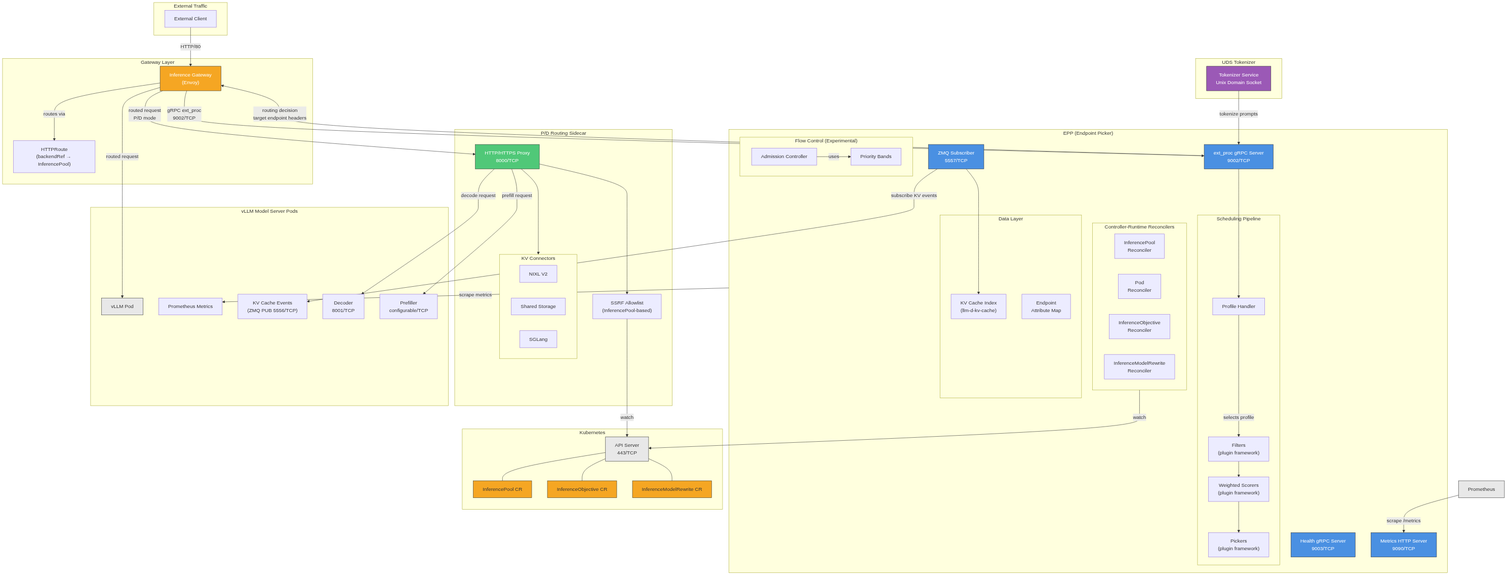
This is architecture/rhoai.next/diagrams/llm-d-inference-scheduler-component.png from rhuss/architecture-context, a Mermaid export, as it was before one commit. Its source is kept beside it as architecture/rhoai.next/diagrams/llm-d-inference-scheduler-component.mmd. Its diagram source:
```mermaid
graph TB
    subgraph External["External Traffic"]
        Client[External Client]
    end

    subgraph GatewayLayer["Gateway Layer"]
        Gateway["Inference Gateway<br/>(Envoy)"]
        HTTPRoute["HTTPRoute<br/>(backendRef → InferencePool)"]
        Gateway -->|routes via| HTTPRoute
    end

    subgraph EPPComponent["EPP (Endpoint Picker)"]
        direction TB
        ExtProc["ext_proc gRPC Server<br/>9002/TCP"]
        HealthGRPC["Health gRPC Server<br/>9003/TCP"]
        MetricsHTTP["Metrics HTTP Server<br/>9090/TCP"]
        ZMQSub["ZMQ Subscriber<br/>5557/TCP"]

        subgraph SchedulingPipeline["Scheduling Pipeline"]
            Filters["Filters<br/>(plugin framework)"]
            Scorers["Weighted Scorers<br/>(plugin framework)"]
            Pickers["Pickers<br/>(plugin framework)"]
            ProfileHandler["Profile Handler"]
            Filters --> Scorers --> Pickers
            ProfileHandler -->|selects profile| Filters
        end

        subgraph Controllers["Controller-Runtime Reconcilers"]
            PoolCtrl["InferencePool<br/>Reconciler"]
            PodCtrl["Pod<br/>Reconciler"]
            ObjCtrl["InferenceObjective<br/>Reconciler"]
            RewriteCtrl["InferenceModelRewrite<br/>Reconciler"]
        end

        subgraph DataLayer["Data Layer"]
            KVCacheIndex["KV Cache Index<br/>(llm-d-kv-cache)"]
            EndpointStore["Endpoint<br/>Attribute Map"]
        end

        subgraph FlowControl["Flow Control (Experimental)"]
            Admission["Admission Controller"]
            PriorityBands["Priority Bands"]
            Admission -->|uses| PriorityBands
        end

        ExtProc --> ProfileHandler
        ZMQSub --> KVCacheIndex
    end

    subgraph SidecarComponent["P/D Routing Sidecar"]
        direction TB
        SidecarProxy["HTTP/HTTPS Proxy<br/>8000/TCP"]
        subgraph Connectors["KV Connectors"]
            NIXL["NIXL V2"]
            SharedStorage["Shared Storage"]
            SGLang["SGLang"]
        end
        SSRFAllowlist["SSRF Allowlist<br/>(InferencePool-based)"]
        SidecarProxy --> Connectors
        SidecarProxy --> SSRFAllowlist
    end

    subgraph TokenizerSidecar["UDS Tokenizer"]
        Tokenizer["Tokenizer Service<br/>Unix Domain Socket"]
    end

    subgraph ModelServers["vLLM Model Server Pods"]
        vLLMPod["vLLM Pod"]
        vLLMMetrics["Prometheus Metrics"]
        vLLMKVEvents["KV Cache Events<br/>(ZMQ PUB 5556/TCP)"]
        vLLMDecoder["Decoder<br/>8001/TCP"]
        vLLMPrefiller["Prefiller<br/>configurable/TCP"]
    end

    subgraph K8sServices["Kubernetes"]
        K8sAPI["API Server<br/>443/TCP"]
        InferencePoolCR["InferencePool CR"]
        InferenceObjCR["InferenceObjective CR"]
        ModelRewriteCR["InferenceModelRewrite CR"]
    end

    Client -->|HTTP/80| Gateway
    Gateway -->|gRPC ext_proc<br/>9002/TCP| ExtProc
    ExtProc -->|"routing decision<br/>target endpoint headers"| Gateway
    Gateway -->|routed request| vLLMPod
    Gateway -->|"routed request<br/>P/D mode"| SidecarProxy

    Controllers -->|watch| K8sAPI
    K8sAPI --- InferencePoolCR
    K8sAPI --- InferenceObjCR
    K8sAPI --- ModelRewriteCR
    EPPComponent -->|scrape metrics| vLLMMetrics
    ZMQSub -->|subscribe KV events| vLLMKVEvents
    Tokenizer -->|tokenize prompts| ExtProc

    SidecarProxy -->|prefill request| vLLMPrefiller
    SidecarProxy -->|decode request| vLLMDecoder
    SSRFAllowlist -->|watch| K8sAPI

    Prometheus["Prometheus"] -->|scrape /metrics| MetricsHTTP

    style ExtProc fill:#4a90e2,stroke:#333,color:#fff
    style HealthGRPC fill:#4a90e2,stroke:#333,color:#fff
    style MetricsHTTP fill:#4a90e2,stroke:#333,color:#fff
    style ZMQSub fill:#4a90e2,stroke:#333,color:#fff
    style SidecarProxy fill:#50c878,stroke:#333,color:#fff
    style Tokenizer fill:#9b59b6,stroke:#333,color:#fff
    style Gateway fill:#f5a623,stroke:#333,color:#fff
    style K8sAPI fill:#e8e8e8,stroke:#333
    style InferencePoolCR fill:#f5a623,stroke:#333
    style InferenceObjCR fill:#f5a623,stroke:#333
    style ModelRewriteCR fill:#f5a623,stroke:#333
    style vLLMPod fill:#e8e8e8,stroke:#333
    style Prometheus fill:#e8e8e8,stroke:#333
```
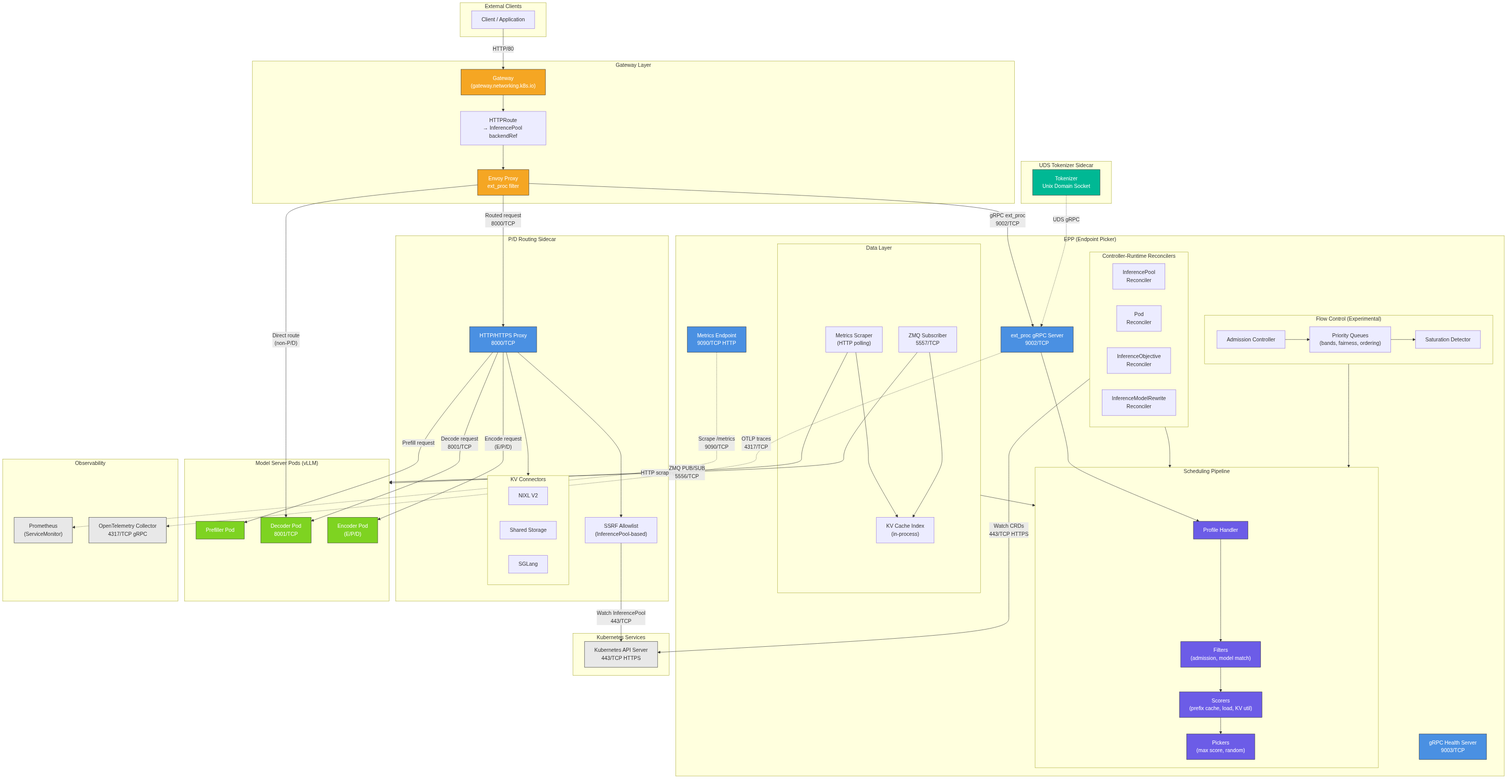
After the commit.

The edit, as a diff of the source:
```diff
@@ -1,28 +1,28 @@
 graph TB
-    subgraph External["External Traffic"]
-        Client[External Client]
+    subgraph External["External Clients"]
+        Client[Client / Application]
     end
 
     subgraph GatewayLayer["Gateway Layer"]
-        Gateway["Inference Gateway<br/>(Envoy)"]
-        HTTPRoute["HTTPRoute<br/>(backendRef → InferencePool)"]
-        Gateway -->|routes via| HTTPRoute
+        Gateway["Gateway<br/>(gateway.networking.k8s.io)"]
+        HTTPRoute["HTTPRoute<br/>→ InferencePool backendRef"]
+        Envoy["Envoy Proxy<br/>ext_proc filter"]
+        Gateway --> HTTPRoute
+        HTTPRoute --> Envoy
     end
 
     subgraph EPPComponent["EPP (Endpoint Picker)"]
         direction TB
         ExtProc["ext_proc gRPC Server<br/>9002/TCP"]
-        HealthGRPC["Health gRPC Server<br/>9003/TCP"]
-        MetricsHTTP["Metrics HTTP Server<br/>9090/TCP"]
-        ZMQSub["ZMQ Subscriber<br/>5557/TCP"]
+        HealthGRPC["gRPC Health Server<br/>9003/TCP"]
+        MetricsHTTP["Metrics Endpoint<br/>9090/TCP HTTP"]
 
         subgraph SchedulingPipeline["Scheduling Pipeline"]
-            Filters["Filters<br/>(plugin framework)"]
-            Scorers["Weighted Scorers<br/>(plugin framework)"]
-            Pickers["Pickers<br/>(plugin framework)"]
             ProfileHandler["Profile Handler"]
-            Filters --> Scorers --> Pickers
-            ProfileHandler -->|selects profile| Filters
+            Filters["Filters<br/>(admission, model match)"]
+            Scorers["Scorers<br/>(prefix cache, load, KV util)"]
+            Pickers["Pickers<br/>(max score, random)"]
+            ProfileHandler --> Filters --> Scorers --> Pickers
         end
 
         subgraph Controllers["Controller-Runtime Reconcilers"]
@@ -33,82 +33,91 @@
         end
 
         subgraph DataLayer["Data Layer"]
-            KVCacheIndex["KV Cache Index<br/>(llm-d-kv-cache)"]
-            EndpointStore["Endpoint<br/>Attribute Map"]
+            MetricsScraper["Metrics Scraper<br/>(HTTP polling)"]
+            ZMQSubscriber["ZMQ Subscriber<br/>5557/TCP"]
+            KVCacheIndex["KV Cache Index<br/>(in-process)"]
+            MetricsScraper --> KVCacheIndex
+            ZMQSubscriber --> KVCacheIndex
         end
 
         subgraph FlowControl["Flow Control (Experimental)"]
-            Admission["Admission Controller"]
-            PriorityBands["Priority Bands"]
-            Admission -->|uses| PriorityBands
+            AdmissionCtrl["Admission Controller"]
+            PriorityQueues["Priority Queues<br/>(bands, fairness, ordering)"]
+            SaturationDetector["Saturation Detector"]
+            AdmissionCtrl --> PriorityQueues
+            PriorityQueues --> SaturationDetector
         end
 
         ExtProc --> ProfileHandler
-        ZMQSub --> KVCacheIndex
+        Controllers --> SchedulingPipeline
+        DataLayer --> SchedulingPipeline
+        FlowControl --> SchedulingPipeline
     end
 
     subgraph SidecarComponent["P/D Routing Sidecar"]
         direction TB
         SidecarProxy["HTTP/HTTPS Proxy<br/>8000/TCP"]
+        SSRFAllowlist["SSRF Allowlist<br/>(InferencePool-based)"]
         subgraph Connectors["KV Connectors"]
             NIXL["NIXL V2"]
             SharedStorage["Shared Storage"]
             SGLang["SGLang"]
         end
-        SSRFAllowlist["SSRF Allowlist<br/>(InferencePool-based)"]
+        SidecarProxy --> SSRFAllowlist
         SidecarProxy --> Connectors
-        SidecarProxy --> SSRFAllowlist
     end
 
-    subgraph TokenizerSidecar["UDS Tokenizer"]
-        Tokenizer["Tokenizer Service<br/>Unix Domain Socket"]
+    subgraph ModelServers["Model Server Pods (vLLM)"]
+        Prefiller["Prefiller Pod"]
+        Decoder["Decoder Pod<br/>8001/TCP"]
+        Encoder["Encoder Pod<br/>(E/P/D)"]
     end
 
-    subgraph ModelServers["vLLM Model Server Pods"]
-        vLLMPod["vLLM Pod"]
-        vLLMMetrics["Prometheus Metrics"]
-        vLLMKVEvents["KV Cache Events<br/>(ZMQ PUB 5556/TCP)"]
-        vLLMDecoder["Decoder<br/>8001/TCP"]
-        vLLMPrefiller["Prefiller<br/>configurable/TCP"]
+    subgraph UDSTokenizerSidecar["UDS Tokenizer Sidecar"]
+        Tokenizer["Tokenizer<br/>Unix Domain Socket"]
     end
 
-    subgraph K8sServices["Kubernetes"]
-        K8sAPI["API Server<br/>443/TCP"]
-        InferencePoolCR["InferencePool CR"]
-        InferenceObjCR["InferenceObjective CR"]
-        ModelRewriteCR["InferenceModelRewrite CR"]
+    subgraph K8sServices["Kubernetes Services"]
+        K8sAPI["Kubernetes API Server<br/>443/TCP HTTPS"]
     end
 
-    Client -->|HTTP/80| Gateway
-    Gateway -->|gRPC ext_proc<br/>9002/TCP| ExtProc
-    ExtProc -->|"routing decision<br/>target endpoint headers"| Gateway
-    Gateway -->|routed request| vLLMPod
-    Gateway -->|"routed request<br/>P/D mode"| SidecarProxy
+    subgraph Observability["Observability"]
+        Prometheus["Prometheus<br/>(ServiceMonitor)"]
+        OTelCollector["OpenTelemetry Collector<br/>4317/TCP gRPC"]
+    end
 
-    Controllers -->|watch| K8sAPI
-    K8sAPI --- InferencePoolCR
-    K8sAPI --- InferenceObjCR
-    K8sAPI --- ModelRewriteCR
-    EPPComponent -->|scrape metrics| vLLMMetrics
-    ZMQSub -->|subscribe KV events| vLLMKVEvents
-    Tokenizer -->|tokenize prompts| ExtProc
+    Client -->|"HTTP/80"| Gateway
+    Envoy -->|"gRPC ext_proc<br/>9002/TCP"| ExtProc
+    Envoy -->|"Routed request<br/>8000/TCP"| SidecarProxy
+    Envoy -->|"Direct route<br/>(non-P/D)"| Decoder
 
-    SidecarProxy -->|prefill request| vLLMPrefiller
-    SidecarProxy -->|decode request| vLLMDecoder
-    SSRFAllowlist -->|watch| K8sAPI
+    Controllers -->|"Watch CRDs<br/>443/TCP HTTPS"| K8sAPI
+    MetricsScraper -->|"HTTP scraping"| ModelServers
+    ZMQSubscriber -->|"ZMQ PUB/SUB<br/>5556/TCP"| ModelServers
+    Tokenizer -.->|"UDS gRPC"| ExtProc
 
-    Prometheus["Prometheus"] -->|scrape /metrics| MetricsHTTP
+    SidecarProxy -->|"Prefill request"| Prefiller
+    SidecarProxy -->|"Decode request<br/>8001/TCP"| Decoder
+    SidecarProxy -->|"Encode request<br/>(E/P/D)"| Encoder
+    SSRFAllowlist -->|"Watch InferencePool<br/>443/TCP"| K8sAPI
+
+    MetricsHTTP -.->|"Scrape /metrics<br/>9090/TCP"| Prometheus
+    ExtProc -.->|"OTLP traces<br/>4317/TCP"| OTelCollector
 
     style ExtProc fill:#4a90e2,stroke:#333,color:#fff
     style HealthGRPC fill:#4a90e2,stroke:#333,color:#fff
     style MetricsHTTP fill:#4a90e2,stroke:#333,color:#fff
-    style ZMQSub fill:#4a90e2,stroke:#333,color:#fff
-    style SidecarProxy fill:#50c878,stroke:#333,color:#fff
-    style Tokenizer fill:#9b59b6,stroke:#333,color:#fff
+    style SidecarProxy fill:#4a90e2,stroke:#333,color:#fff
+    style ProfileHandler fill:#6c5ce7,stroke:#333,color:#fff
+    style Filters fill:#6c5ce7,stroke:#333,color:#fff
+    style Scorers fill:#6c5ce7,stroke:#333,color:#fff
+    style Pickers fill:#6c5ce7,stroke:#333,color:#fff
+    style Envoy fill:#f5a623,stroke:#333,color:#fff
     style Gateway fill:#f5a623,stroke:#333,color:#fff
     style K8sAPI fill:#e8e8e8,stroke:#333
-    style InferencePoolCR fill:#f5a623,stroke:#333
-    style InferenceObjCR fill:#f5a623,stroke:#333
-    style ModelRewriteCR fill:#f5a623,stroke:#333
-    style vLLMPod fill:#e8e8e8,stroke:#333
     style Prometheus fill:#e8e8e8,stroke:#333
+    style OTelCollector fill:#e8e8e8,stroke:#333
+    style Prefiller fill:#7ed321,stroke:#333,color:#fff
+    style Decoder fill:#7ed321,stroke:#333,color:#fff
+    style Encoder fill:#7ed321,stroke:#333,color:#fff
+    style Tokenizer fill:#00b894,stroke:#333,color:#fff
```
